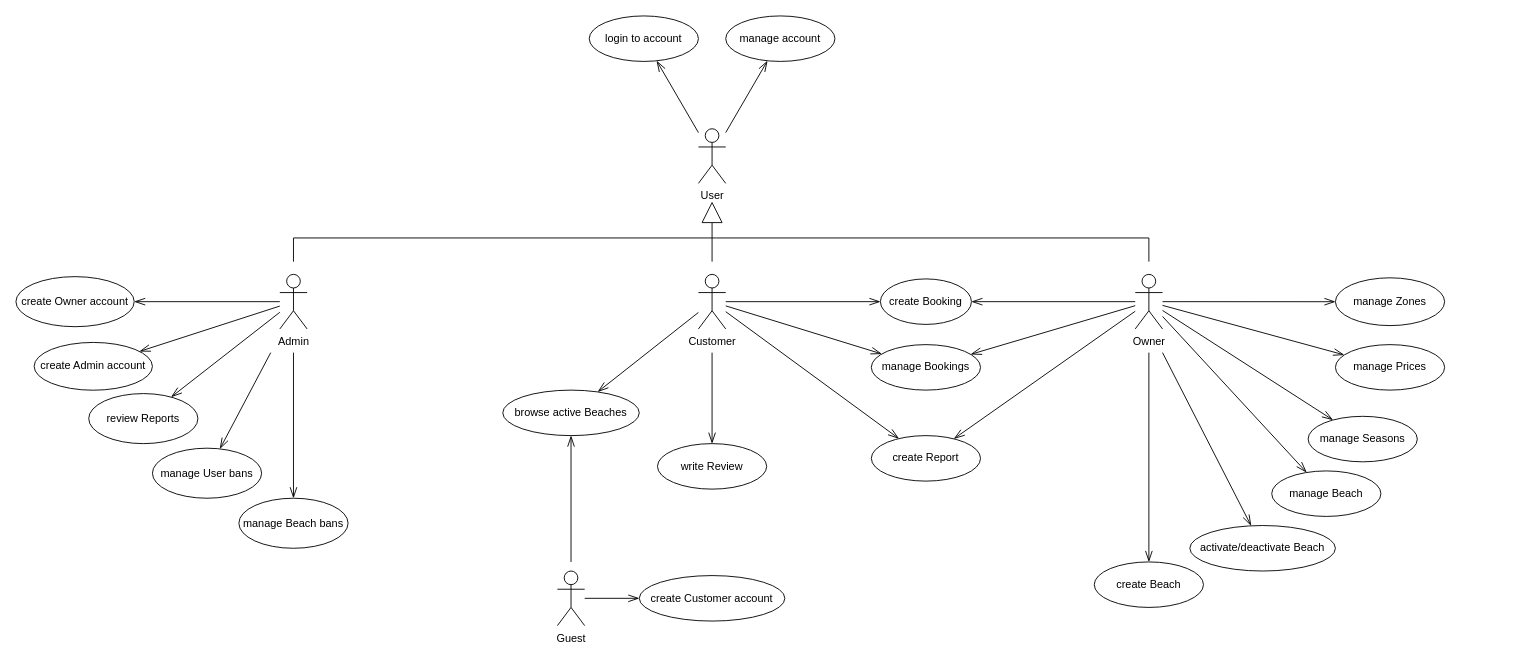
Earlier version of the draw.io diagram UML/Diagramma Use Cases.drawio (Teengamer37/gestione_stabilimento_balneare). Source tidied: cells renumbered, new cells numbered last; positions are measured from the earlier drawing's top-left corner, leaving out a move shared by most shapes. Both pictures are drawn from the tidied source at 91%, with x=0, y=0 at pixel (15, 15).
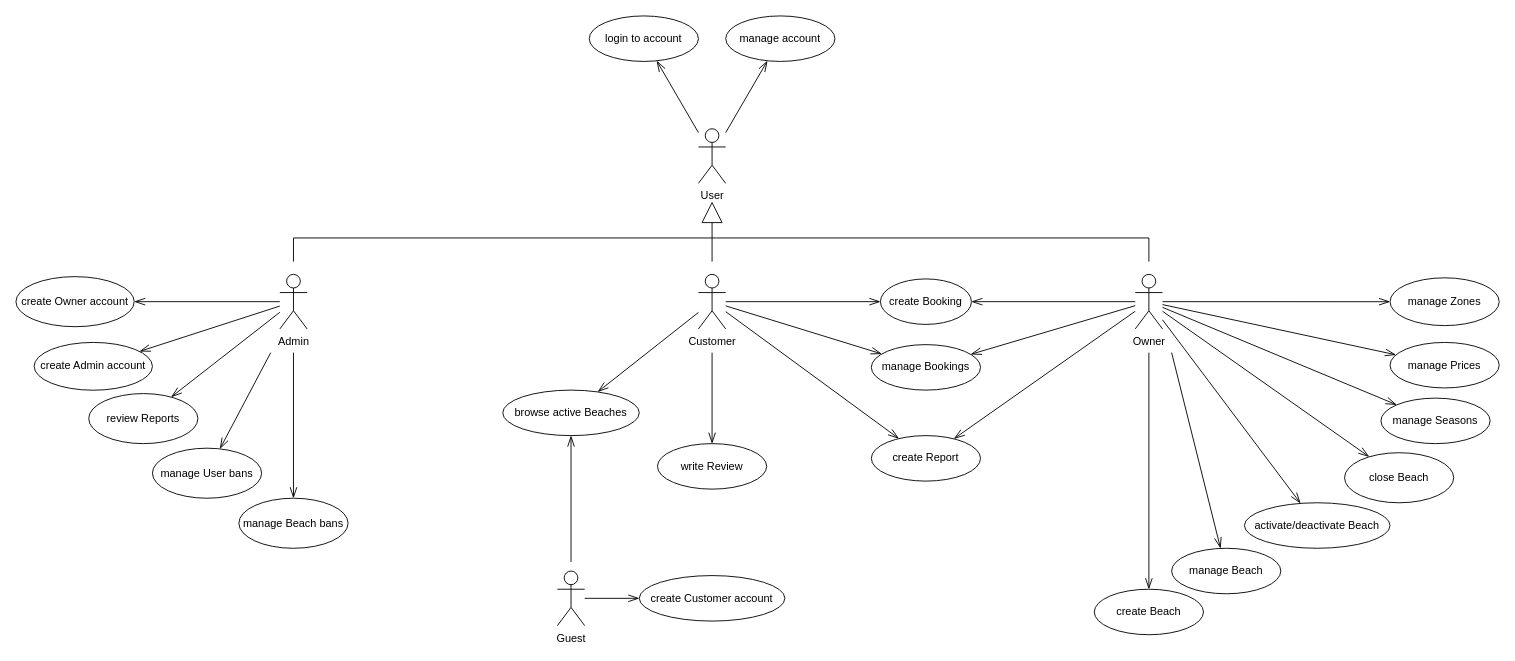
Above is the later version.

Commit message (it also covers changes not shown here):
Aggiunta Use Cases

The change refers to these unchanged cells:
```xml
<mxCell id="15" value="Owner" style="shape=umlActor;verticalLabelPosition=bottom;verticalAlign=top;html=1;outlineConnect=0;" parent="1" vertex="1">
  <mxGeometry x="1230" y="284" width="30" height="60" as="geometry" />
</mxCell>
```

What changed in the source:
```diff
@@
     <mxCell id="27" value="create Beach" style="ellipse;whiteSpace=wrap;html=1;" parent="1" vertex="1">
-      <mxGeometry x="1185" y="600" width="120" height="50" as="geometry" />
+      <mxGeometry x="1185" y="630" width="120" height="50" as="geometry" />
     </mxCell>
     <mxCell id="28" value="activate/deactivate Beach" style="ellipse;whiteSpace=wrap;html=1;" parent="1" vertex="1">
-      <mxGeometry x="1290" y="560" width="160" height="50" as="geometry" />
+      <mxGeometry x="1350" y="535" width="160" height="50" as="geometry" />
     </mxCell>
     <mxCell id="29" value="manage Beach" style="ellipse;whiteSpace=wrap;html=1;" parent="1" vertex="1">
-      <mxGeometry x="1380" y="500" width="120" height="50" as="geometry" />
+      <mxGeometry x="1270" y="585" width="120" height="50" as="geometry" />
     </mxCell>
     <mxCell id="30" value="manage Seasons" style="ellipse;whiteSpace=wrap;html=1;" parent="1" vertex="1">
-      <mxGeometry x="1420" y="440" width="120" height="50" as="geometry" />
+      <mxGeometry x="1500" y="420" width="120" height="50" as="geometry" />
     </mxCell>
     <mxCell id="31" value="manage Prices" style="ellipse;whiteSpace=wrap;html=1;" parent="1" vertex="1">
-      <mxGeometry x="1450" y="361.2" width="120" height="50" as="geometry" />
+      <mxGeometry x="1510" y="358.8" width="120" height="50" as="geometry" />
     </mxCell>
     <mxCell id="32" value="manage Zones" style="ellipse;whiteSpace=wrap;html=1;" parent="1" vertex="1">
-      <mxGeometry x="1450" y="287.8" width="120" height="52.5" as="geometry" />
+      <mxGeometry x="1510" y="287.8" width="120" height="52.5" as="geometry" />
     </mxCell>
@@
-    <mxCell id="35" style="rounded=0;jettySize=auto;html=1;endArrow=none;endFill=0;endSize=6;startArrow=openThin;startFill=0;startSize=10;" parent="1" edge="1" source="28">
-      <mxGeometry relative="1" as="geometry">
-        <mxPoint x="1260" y="370" as="targetPoint" />
-      </mxGeometry>
+    <mxCell id="35" style="rounded=0;jettySize=auto;html=1;endArrow=none;endFill=0;endSize=6;startArrow=openThin;startFill=0;startSize=10;" parent="1" edge="1" source="28" target="15">
+      <mxGeometry relative="1" as="geometry" />
     </mxCell>
-    <mxCell id="36" style="rounded=0;jettySize=auto;html=1;endArrow=none;endFill=0;endSize=6;startArrow=openThin;startFill=0;startSize=10;" parent="1" edge="1" source="29" target="15">
-      <mxGeometry relative="1" as="geometry" />
+    <mxCell id="36" style="rounded=0;jettySize=auto;html=1;endArrow=none;endFill=0;endSize=6;startArrow=openThin;startFill=0;startSize=10;" parent="1" edge="1" source="29">
+      <mxGeometry relative="1" as="geometry">
+        <mxPoint x="1270" y="370" as="targetPoint" />
+      </mxGeometry>
     </mxCell>
@@
+    <mxCell id="52" value="close Beach" style="ellipse;whiteSpace=wrap;html=1;" parent="1" vertex="1">
+      <mxGeometry x="1460" y="480" width="120" height="55" as="geometry" />
+    </mxCell>
+    <mxCell id="53" style="rounded=0;jettySize=auto;html=1;endArrow=none;endFill=0;endSize=6;startArrow=openThin;startFill=0;startSize=10;" parent="1" edge="1" source="52" target="15">
+      <mxGeometry relative="1" as="geometry" />
+    </mxCell>
```
